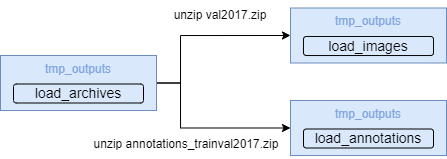
4-DS/obj_detect_rest-data_load keeps this draw.io diagram as imgs/unzip_load_archives.drawio.png. Above is the earlier version. Source tidied: cells renumbered, new cells last; positions are measured from the earlier drawing's top-left corner, leaving out a move shared by most shapes.
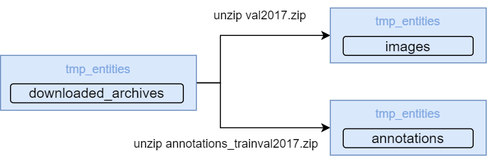
Above is the later version.

Diff of the diagram source:
```diff
@@ -18,22 +18,22 @@
         </Array>
       </mxGeometry>
     </mxCell>
-    <mxCell id="4" value="&lt;font style=&quot;font-size: 12px;&quot;&gt;&lt;font color=&quot;#7ea6e0&quot;&gt;&lt;font style=&quot;font-size: 12px;&quot;&gt;tmp_outputs&lt;/font&gt;&lt;br&gt;&lt;br&gt;&lt;/font&gt;&lt;br&gt;&lt;/font&gt;" style="rounded=0;whiteSpace=wrap;html=1;fillColor=#dae8fc;strokeColor=#6c8ebf;" parent="1" vertex="1">
-      <mxGeometry y="55" width="156" height="55" as="geometry" />
+    <mxCell id="4" value="&lt;font style=&quot;&quot;&gt;&lt;font style=&quot;&quot; color=&quot;#7ea6e0&quot;&gt;&lt;font style=&quot;&quot;&gt;tmp_entities&lt;/font&gt;&lt;br&gt;&lt;br&gt;&lt;/font&gt;&lt;br&gt;&lt;/font&gt;" style="rounded=0;whiteSpace=wrap;html=1;fillColor=#dae8fc;strokeColor=#6c8ebf;" parent="1" vertex="1">
+      <mxGeometry x="-40" y="55" width="196" height="55" as="geometry" />
     </mxCell>
-    <mxCell id="5" value="&lt;font style=&quot;font-size: 14px;&quot;&gt;load_archives&lt;/font&gt;" style="rounded=1;whiteSpace=wrap;html=1;fillColor=#dae8fc;strokeColor=#000000;strokeWidth=1;" parent="1" vertex="1">
-      <mxGeometry x="13" y="83.5" width="130" height="19" as="geometry" />
+    <mxCell id="5" value="&lt;font style=&quot;font-size: 14px;&quot;&gt;downloaded_archives&lt;/font&gt;" style="rounded=1;whiteSpace=wrap;html=1;fillColor=#dae8fc;strokeColor=#000000;strokeWidth=1;" parent="1" vertex="1">
+      <mxGeometry x="-30" y="83.5" width="173" height="19" as="geometry" />
     </mxCell>
-    <mxCell id="6" value="&lt;font style=&quot;font-size: 12px;&quot;&gt;&lt;font color=&quot;#7ea6e0&quot;&gt;&lt;font style=&quot;font-size: 12px;&quot;&gt;tmp_outputs&lt;/font&gt;&lt;br&gt;&lt;br&gt;&lt;/font&gt;&lt;br&gt;&lt;/font&gt;" style="rounded=0;whiteSpace=wrap;html=1;fillColor=#dae8fc;strokeColor=#6c8ebf;" parent="1" vertex="1">
+    <mxCell id="6" value="&lt;font style=&quot;&quot;&gt;&lt;font style=&quot;&quot; color=&quot;#7ea6e0&quot;&gt;&lt;font style=&quot;&quot;&gt;tmp_entities&lt;/font&gt;&lt;br&gt;&lt;br&gt;&lt;/font&gt;&lt;br&gt;&lt;/font&gt;" style="rounded=0;whiteSpace=wrap;html=1;fillColor=#dae8fc;strokeColor=#6c8ebf;" parent="1" vertex="1">
       <mxGeometry x="290" y="7.5" width="156" height="55" as="geometry" />
     </mxCell>
-    <mxCell id="7" value="&lt;font style=&quot;font-size: 14px;&quot;&gt;load_images&lt;/font&gt;" style="rounded=1;whiteSpace=wrap;html=1;fillColor=#dae8fc;strokeColor=#000000;strokeWidth=1;" parent="1" vertex="1">
+    <mxCell id="7" value="&lt;font style=&quot;font-size: 14px;&quot;&gt;images&lt;/font&gt;" style="rounded=1;whiteSpace=wrap;html=1;fillColor=#dae8fc;strokeColor=#000000;strokeWidth=1;" parent="1" vertex="1">
       <mxGeometry x="303" y="36" width="130" height="19" as="geometry" />
     </mxCell>
-    <mxCell id="8" value="&lt;font style=&quot;font-size: 12px;&quot;&gt;&lt;font color=&quot;#7ea6e0&quot;&gt;&lt;font style=&quot;font-size: 12px;&quot;&gt;tmp_outputs&lt;/font&gt;&lt;br&gt;&lt;br&gt;&lt;/font&gt;&lt;br&gt;&lt;/font&gt;" style="rounded=0;whiteSpace=wrap;html=1;fillColor=#dae8fc;strokeColor=#6c8ebf;" parent="1" vertex="1">
+    <mxCell id="8" value="&lt;font style=&quot;&quot;&gt;&lt;font style=&quot;&quot; color=&quot;#7ea6e0&quot;&gt;&lt;font style=&quot;&quot;&gt;tmp_entities&lt;/font&gt;&lt;br&gt;&lt;br&gt;&lt;/font&gt;&lt;br&gt;&lt;/font&gt;" style="rounded=0;whiteSpace=wrap;html=1;fillColor=#dae8fc;strokeColor=#6c8ebf;" parent="1" vertex="1">
       <mxGeometry x="290" y="100" width="156" height="55" as="geometry" />
     </mxCell>
-    <mxCell id="9" value="&lt;font style=&quot;font-size: 14px;&quot;&gt;load_annotations&lt;/font&gt;" style="rounded=1;whiteSpace=wrap;html=1;fillColor=#dae8fc;strokeColor=#000000;strokeWidth=1;" parent="1" vertex="1">
+    <mxCell id="9" value="&lt;font style=&quot;font-size: 14px;&quot;&gt;annotations&lt;/font&gt;" style="rounded=1;whiteSpace=wrap;html=1;fillColor=#dae8fc;strokeColor=#000000;strokeWidth=1;" parent="1" vertex="1">
       <mxGeometry x="303" y="128.5" width="130" height="19" as="geometry" />
     </mxCell>
     <mxCell id="10" value="unzip&amp;nbsp;val2017.zip" style="text;html=1;strokeColor=none;fillColor=none;align=center;verticalAlign=middle;whiteSpace=wrap;rounded=0;" parent="1" vertex="1">
```
